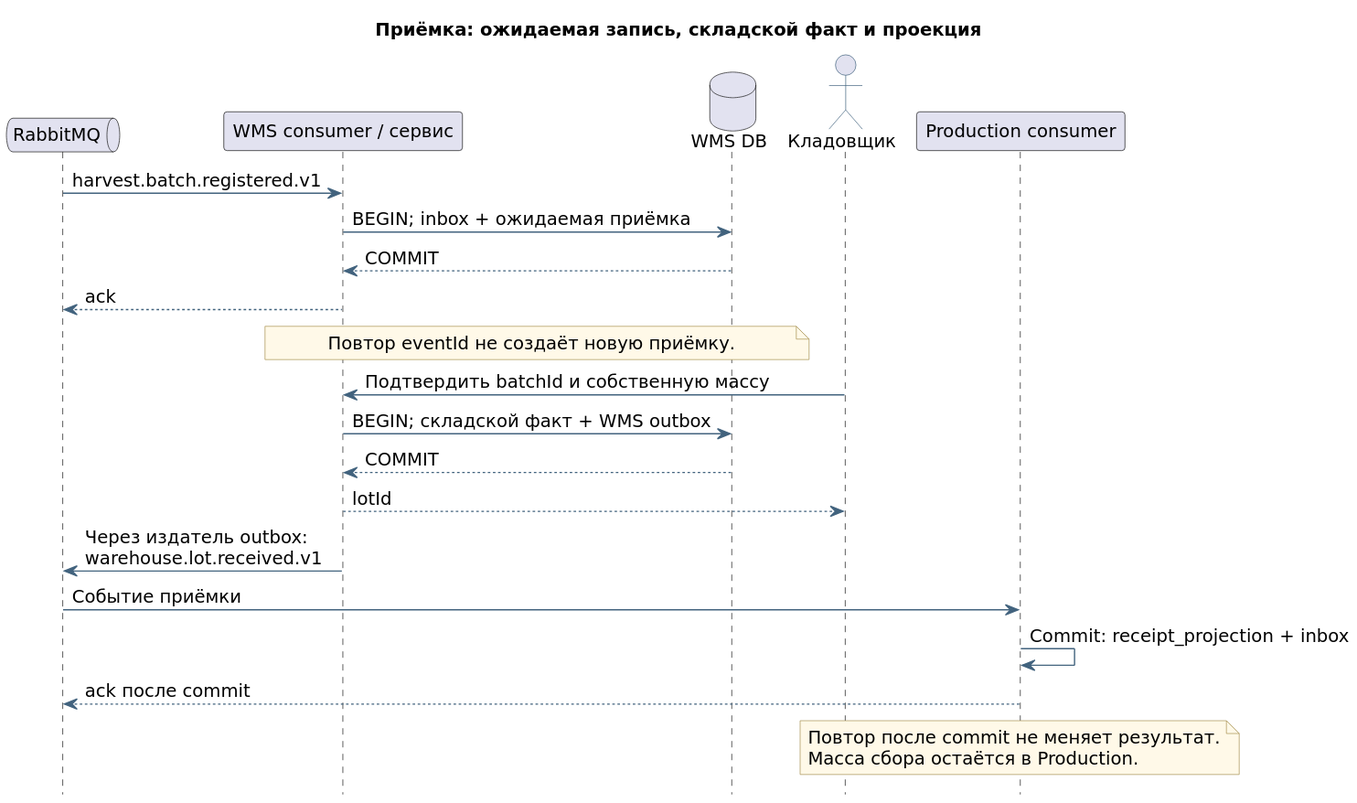
Earlier version of the PlantUML export agritech/diagrams/rendered/receipt-sequence.svg (spicerrr/sa-portfolio).
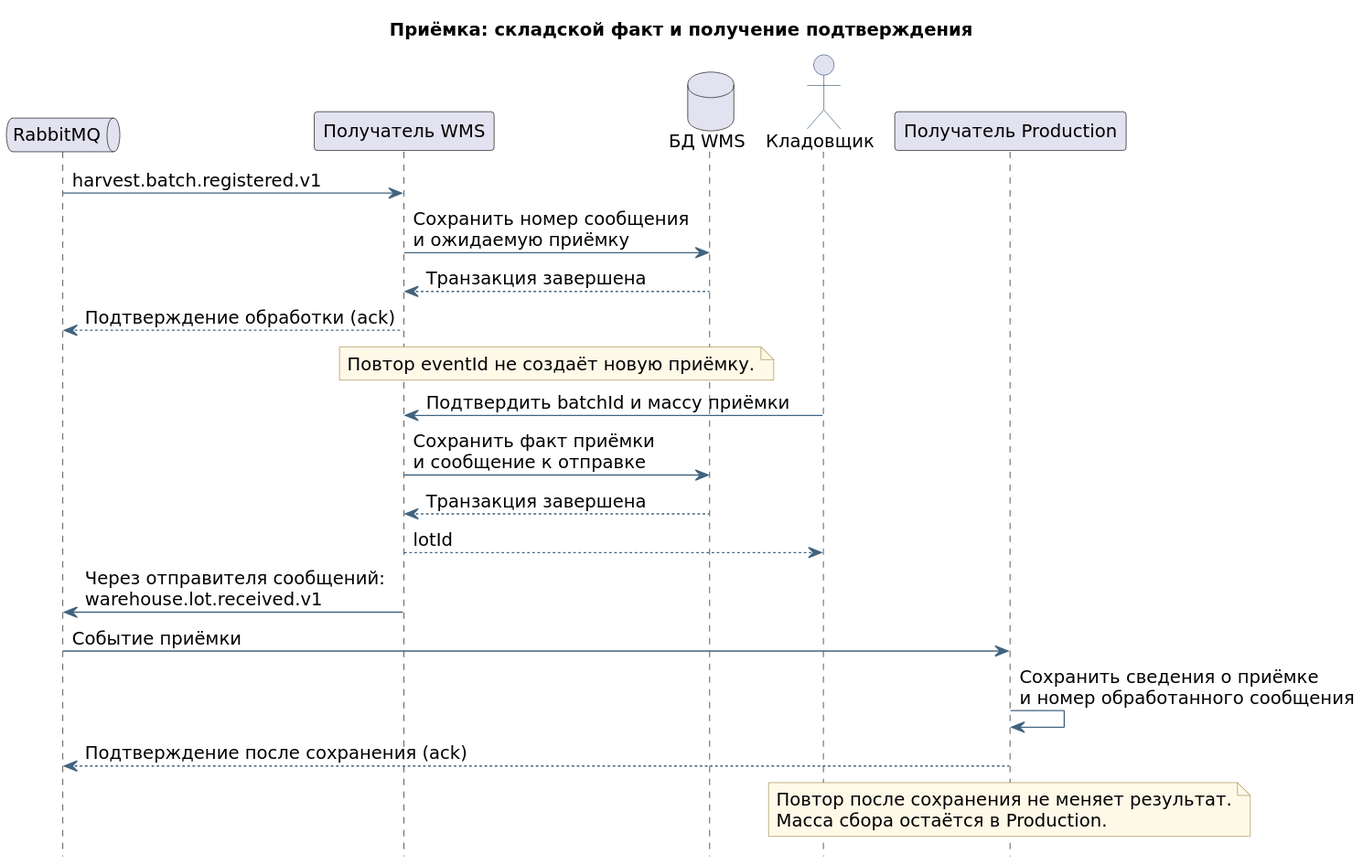
The same file after the commit.

Change to the diagram source:
```diff
@@ -12,28 +12,28 @@
 skinparam usecaseBorderColor #42637E
 skinparam noteBackgroundColor #FFF9E8
 skinparam noteBorderColor #A79151
-title Приёмка: ожидаемая запись, складской факт и проекция
+title Приёмка: складской факт и получение подтверждения
 hide footbox
 queue RabbitMQ as MQ
-participant "WMS consumer / сервис" as WMS
-database "WMS DB" as WDB
+participant "Получатель WMS" as WMS
+database "БД WMS" as WDB
 actor "Кладовщик" as User
-participant "Production consumer" as PC
+participant "Получатель Production" as PC
 MQ -> WMS: harvest.batch.registered.v1
-WMS -> WDB: BEGIN; inbox + ожидаемая приёмка
-WDB --> WMS: COMMIT
-WMS --> MQ: ack
+WMS -> WDB: Сохранить номер сообщения\nи ожидаемую приёмку
+WDB --> WMS: Транзакция завершена
+WMS --> MQ: Подтверждение обработки (ack)
 note over WMS, WDB: Повтор eventId не создаёт новую приёмку.
-User -> WMS: Подтвердить batchId и собственную массу
-WMS -> WDB: BEGIN; складской факт + WMS outbox
-WDB --> WMS: COMMIT
+User -> WMS: Подтвердить batchId и массу приёмки
+WMS -> WDB: Сохранить факт приёмки\nи сообщение к отправке
+WDB --> WMS: Транзакция завершена
 WMS --> User: lotId
-WMS -> MQ: Через издатель outbox:\nwarehouse.lot.received.v1
+WMS -> MQ: Через отправителя сообщений:\nwarehouse.lot.received.v1
 MQ -> PC: Событие приёмки
-PC -> PC: Commit: receipt_projection + inbox
-PC --> MQ: ack после commit
+PC -> PC: Сохранить сведения о приёмке\nи номер обработанного сообщения
+PC --> MQ: Подтверждение после сохранения (ack)
 note over PC
-Повтор после commit не меняет результат.
+Повтор после сохранения не меняет результат.
 Масса сбора остаётся в Production.
 end note
 @enduml
```
